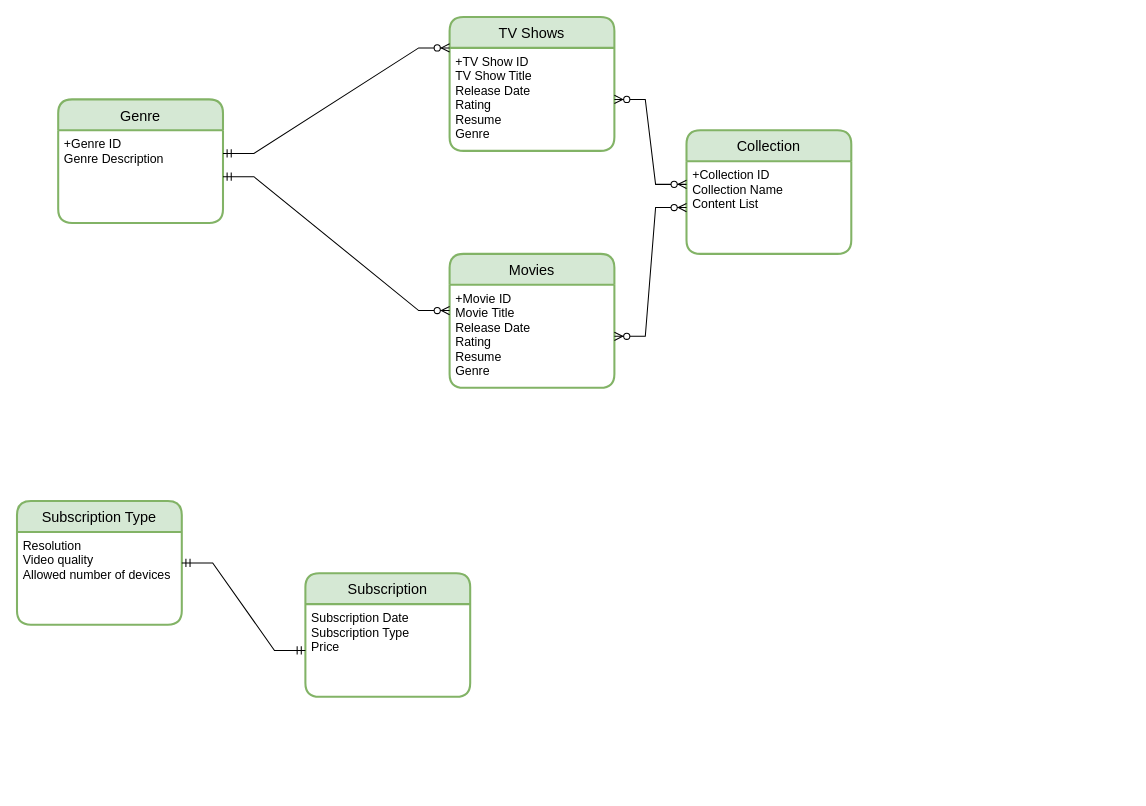
This is Software Modeling/Netflix Logical Diagram.drawio from PlamenGospodinov/Exercises-Part-2, a draw.io file, before an edit. Source tidied: cells renumbered, new cells numbered last; positions are measured from the earlier drawing's top-left corner, leaving out a move shared by most shapes. Both pictures are drawn from the tidied source at 103%, with x=0, y=0 at pixel (16, 16).
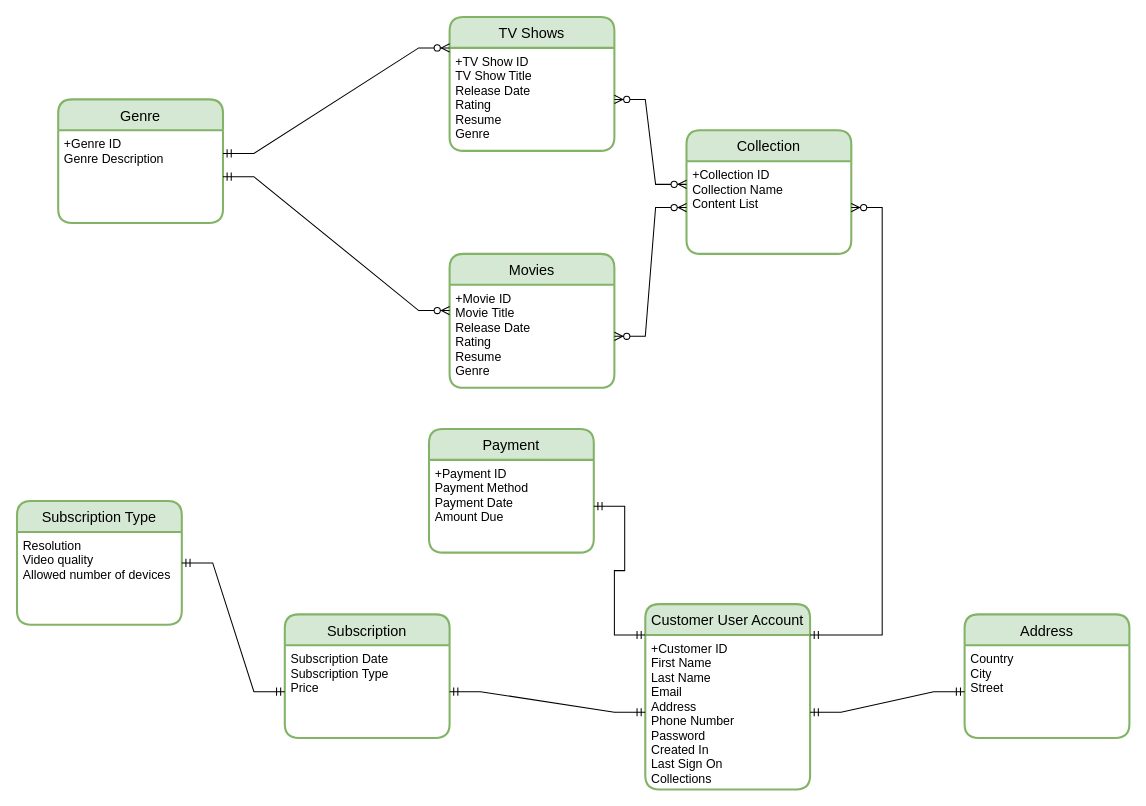
After the change.

The change refers to these unchanged cells:
```xml
<mxCell id="11" value="+Collection ID&#10;Collection Name&#10;Content List&#10;&#10;" style="align=left;strokeColor=none;fillColor=none;spacingLeft=4;fontSize=12;verticalAlign=top;" parent="10" vertex="1">
  <mxGeometry y="30" width="160" height="90" as="geometry" />
</mxCell>
<mxCell id="15" value="Subscription Date&#10;Subscription Type&#10;Price&#10;" style="align=left;strokeColor=none;fillColor=none;spacingLeft=4;fontSize=12;verticalAlign=top;" parent="14" vertex="1">
  <mxGeometry y="30" width="160" height="90" as="geometry" />
</mxCell>
```

What changed in the source:
```diff
@@
     <mxCell id="14" value="Subscription" style="swimlane;horizontal=1;startSize=30;rounded=1;fontSize=14;fontStyle=0;strokeWidth=2;shadow=0;dashed=0;align=center;fillColor=#d5e8d4;strokeColor=#82b366;" parent="1" vertex="1">
-      <mxGeometry x="280" y="540" width="160" height="120" as="geometry" />
+      <mxGeometry x="260" y="580" width="160" height="120" as="geometry" />
     </mxCell>
@@
+    <mxCell id="19" value="Customer User Account" style="swimlane;horizontal=1;startSize=30;rounded=1;fontSize=14;fontStyle=0;strokeWidth=2;shadow=0;dashed=0;align=center;fillColor=#d5e8d4;strokeColor=#82b366;" parent="1" vertex="1">
+      <mxGeometry x="610" y="570" width="160" height="180" as="geometry" />
+    </mxCell>
+    <mxCell id="20" value="+Customer ID&#10;First Name&#10;Last Name&#10;Email&#10;Address&#10;Phone Number&#10;Password&#10;Created In&#10;Last Sign On&#10;Collections&#10;&#10;" style="align=left;strokeColor=none;fillColor=none;spacingLeft=4;fontSize=12;verticalAlign=top;" parent="19" vertex="1">
+      <mxGeometry y="30" width="160" height="150" as="geometry" />
+    </mxCell>
+    <mxCell id="21" style="edgeStyle=entityRelationEdgeStyle;fontSize=12;html=1;endArrow=ERmandOne;startArrow=ERmandOne;rounded=0;exitX=1;exitY=0.5;exitDx=0;exitDy=0;entryX=0;entryY=0.5;entryDx=0;entryDy=0;" parent="1" edge="1" source="15" target="20">
+      <mxGeometry relative="1" as="geometry" />
+    </mxCell>
+    <mxCell id="22" value="Address" style="swimlane;horizontal=1;startSize=30;rounded=1;fontSize=14;fontStyle=0;strokeWidth=2;shadow=0;dashed=0;align=center;fillColor=#d5e8d4;strokeColor=#82b366;" parent="1" vertex="1">
+      <mxGeometry x="920" y="580" width="160" height="120" as="geometry" />
+    </mxCell>
+    <mxCell id="23" value="Country&#10;City&#10;Street&#10;" style="align=left;strokeColor=none;fillColor=none;spacingLeft=4;fontSize=12;verticalAlign=top;" parent="22" vertex="1">
+      <mxGeometry y="30" width="160" height="90" as="geometry" />
+    </mxCell>
+    <mxCell id="24" style="edgeStyle=entityRelationEdgeStyle;fontSize=12;html=1;endArrow=ERmandOne;startArrow=ERmandOne;rounded=0;exitX=1;exitY=0.5;exitDx=0;exitDy=0;entryX=0;entryY=0.5;entryDx=0;entryDy=0;" parent="1" edge="1" source="20" target="23">
+      <mxGeometry relative="1" as="geometry" />
+    </mxCell>
+    <mxCell id="25" value="Payment" style="swimlane;horizontal=1;startSize=30;rounded=1;fontSize=14;fontStyle=0;strokeWidth=2;shadow=0;dashed=0;align=center;fillColor=#d5e8d4;strokeColor=#82b366;" parent="1" vertex="1">
+      <mxGeometry x="400" y="400" width="160" height="120" as="geometry" />
+    </mxCell>
+    <mxCell id="26" value="+Payment ID&#10;Payment Method&#10;Payment Date&#10;Amount Due&#10;" style="align=left;strokeColor=none;fillColor=none;spacingLeft=4;fontSize=12;verticalAlign=top;" parent="25" vertex="1">
+      <mxGeometry y="30" width="160" height="90" as="geometry" />
+    </mxCell>
+    <mxCell id="27" style="edgeStyle=entityRelationEdgeStyle;fontSize=12;html=1;endArrow=ERmandOne;startArrow=ERmandOne;rounded=0;exitX=1;exitY=0.5;exitDx=0;exitDy=0;entryX=0;entryY=0;entryDx=0;entryDy=0;" parent="1" edge="1" source="26" target="20">
+      <mxGeometry relative="1" as="geometry" />
+    </mxCell>
+    <mxCell id="28" style="edgeStyle=entityRelationEdgeStyle;fontSize=12;html=1;endArrow=ERzeroToMany;startArrow=ERmandOne;rounded=0;exitX=1;exitY=0;exitDx=0;exitDy=0;" parent="1" edge="1" source="20" target="11">
+      <mxGeometry relative="1" as="geometry" />
+    </mxCell>
```
